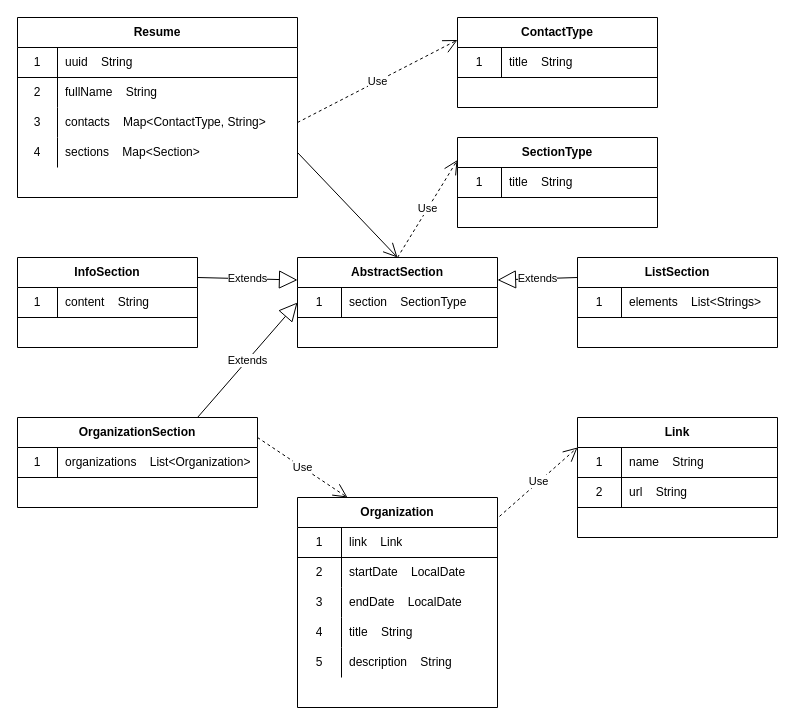
The draw.io diagram src/schema/resume.drawio in kombojiec/basejava, before the edit. Source tidied: cells renumbered, new cells numbered last; positions are measured from the earlier drawing's top-left corner, leaving out a move shared by most shapes. Both pictures are drawn from the tidied source at 100%, with x=0, y=0 at pixel (17, 17).
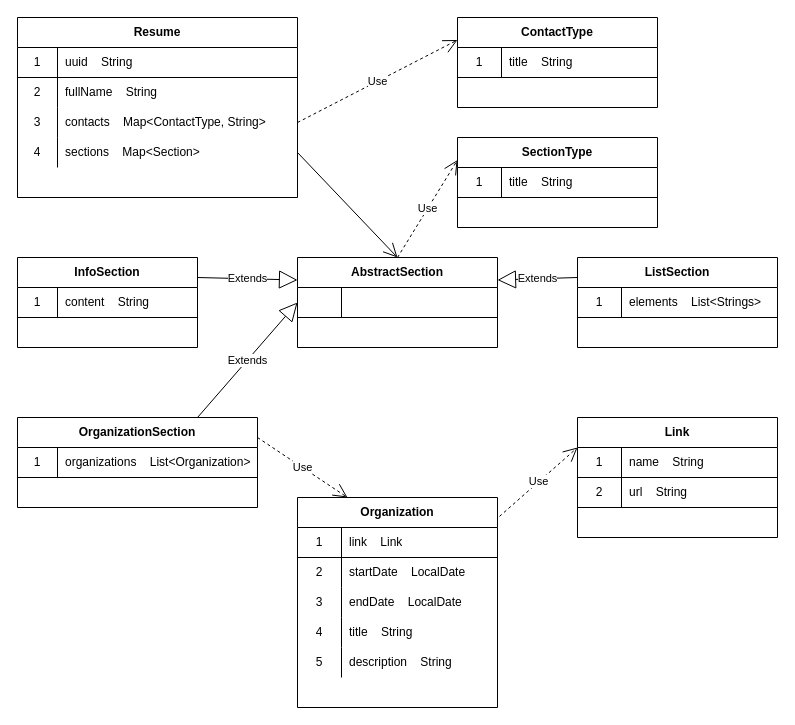
After the change.

Commit message:
master(refact): delete section field from AbstractSection

Unchanged cells that the change refers to:
```xml
<mxCell id="24" style="shape=partialRectangle;html=1;whiteSpace=wrap;fillColor=none;top=0;left=0;bottom=1;right=0;points=[[0,0.5],[1,0.5]];portConstraint=eastwest;" parent="23" vertex="1">
  <mxGeometry y="30" width="200" height="30" as="geometry" />
</mxCell>
```

Change to the diagram source:
```diff
@@
-    <mxCell id="25" value="1" style="shape=partialRectangle;html=1;whiteSpace=wrap;fillColor=none;top=0;left=0;bottom=0;right=0;overflow=hidden;" parent="24" vertex="1">
+    <mxCell id="25" style="shape=partialRectangle;html=1;whiteSpace=wrap;fillColor=none;top=0;left=0;bottom=0;right=0;overflow=hidden;" parent="24" vertex="1">
       <mxGeometry width="44" height="30" as="geometry" />
     </mxCell>
-    <mxCell id="26" value="section&amp;nbsp; &amp;nbsp; SectionType" style="shape=partialRectangle;html=1;whiteSpace=wrap;fillColor=none;top=0;left=0;bottom=0;right=0;align=left;spacingLeft=6;overflow=hidden;" parent="24" vertex="1">
+    <mxCell id="26" style="shape=partialRectangle;html=1;whiteSpace=wrap;fillColor=none;top=0;left=0;bottom=0;right=0;align=left;spacingLeft=6;overflow=hidden;" parent="24" vertex="1">
       <mxGeometry x="44" width="156" height="30" as="geometry" />
     </mxCell>
```
